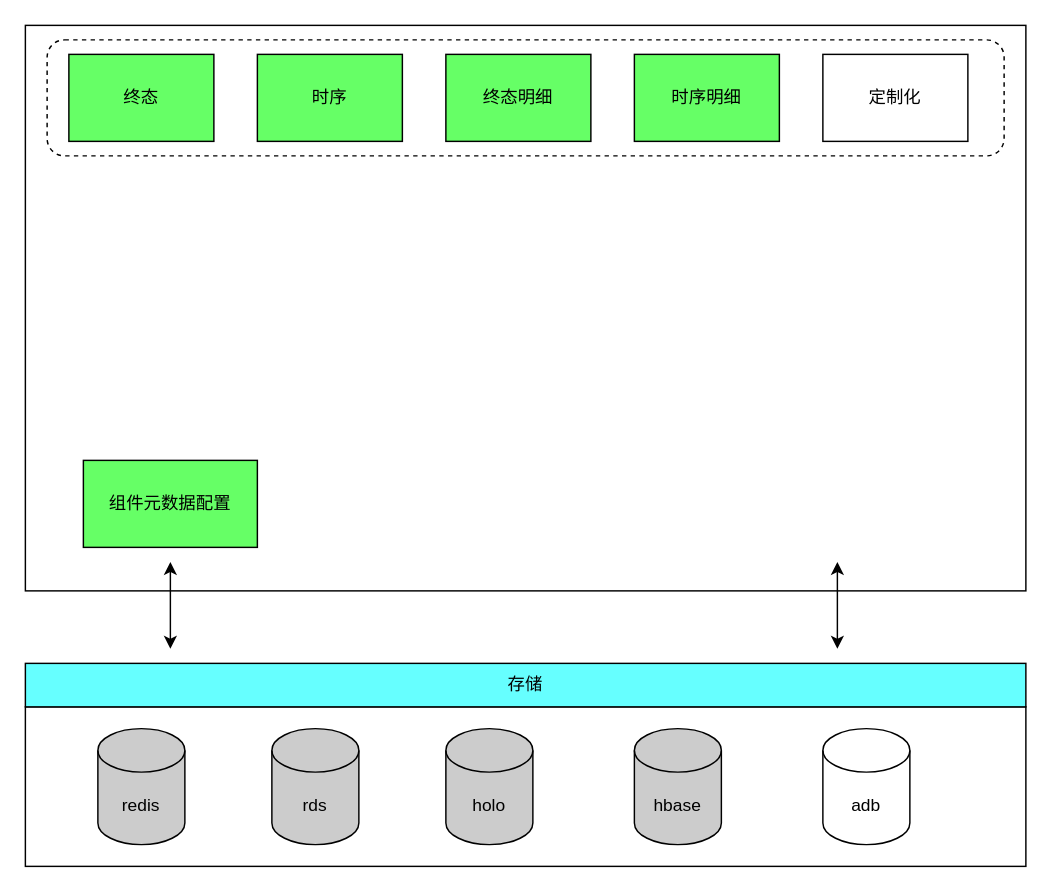
334911558/GitTest keeps this draw.io diagram as page "Page-1" (1 of 6) of Untitled Diagram.drawio. Above is the earlier version. Source tidied: cells renumbered, new cells numbered last; positions are measured from the earlier drawing's top-left corner, leaving out a move shared by most shapes. Both pictures are drawn from the tidied source at 145%, with x=0, y=0 at pixel (25, 25).
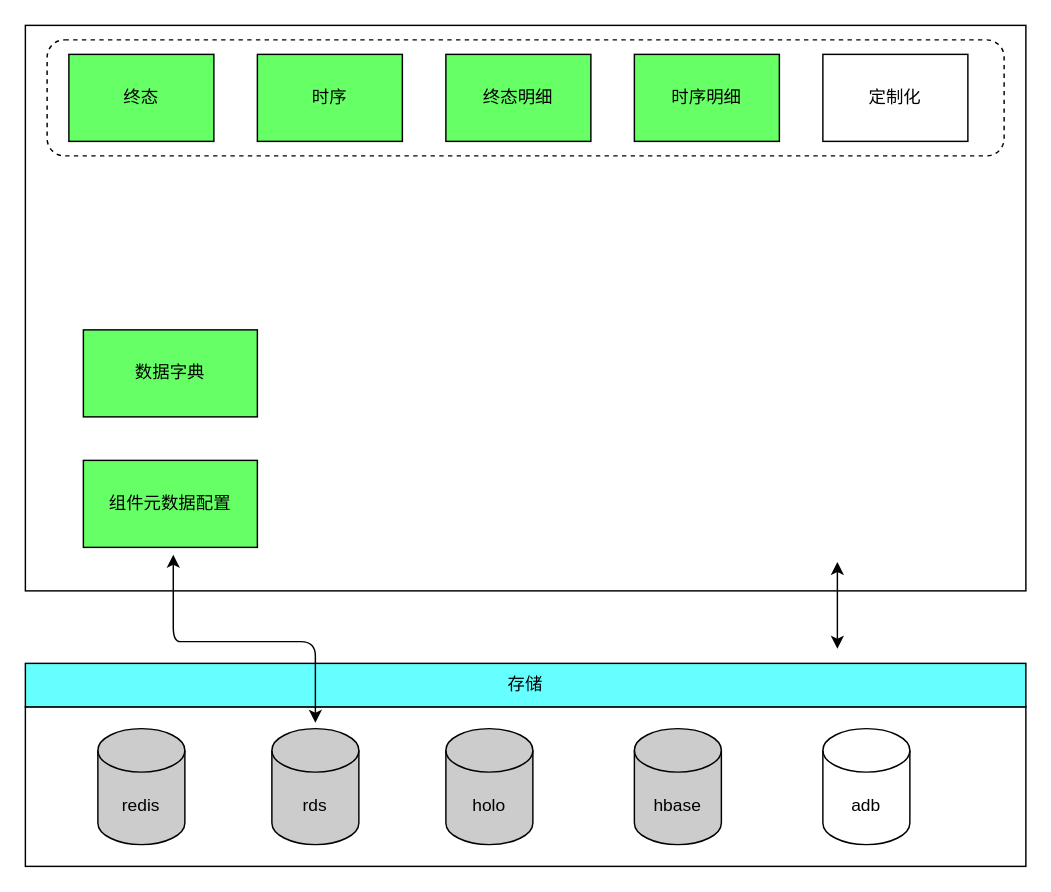
The same page after the edit.

The edit, as a diff of the source:
```diff
@@
     <mxCell id="9" style="endArrow=classic;startArrow=classic;html=1;" parent="1" edge="1">
       <mxGeometry relative="1" as="geometry">
-        <mxPoint x="100" y="430" as="sourcePoint" />
-        <mxPoint x="100" y="370" as="targetPoint" />
+        <mxPoint x="200" y="481" as="sourcePoint" />
+        <mxPoint x="102" y="365" as="targetPoint" />
+        <Array as="points">
+          <mxPoint x="200" y="425" />
+          <mxPoint x="122" y="425" />
+          <mxPoint x="102" y="425" />
+        </Array>
       </mxGeometry>
     </mxCell>
@@
+    <mxCell id="19" value="数据字典" style="rounded=0;whiteSpace=wrap;html=1;fillColor=#66FF66;" parent="1" vertex="1">
+      <mxGeometry x="40" y="210" width="120" height="60" as="geometry" />
+    </mxCell>
```
